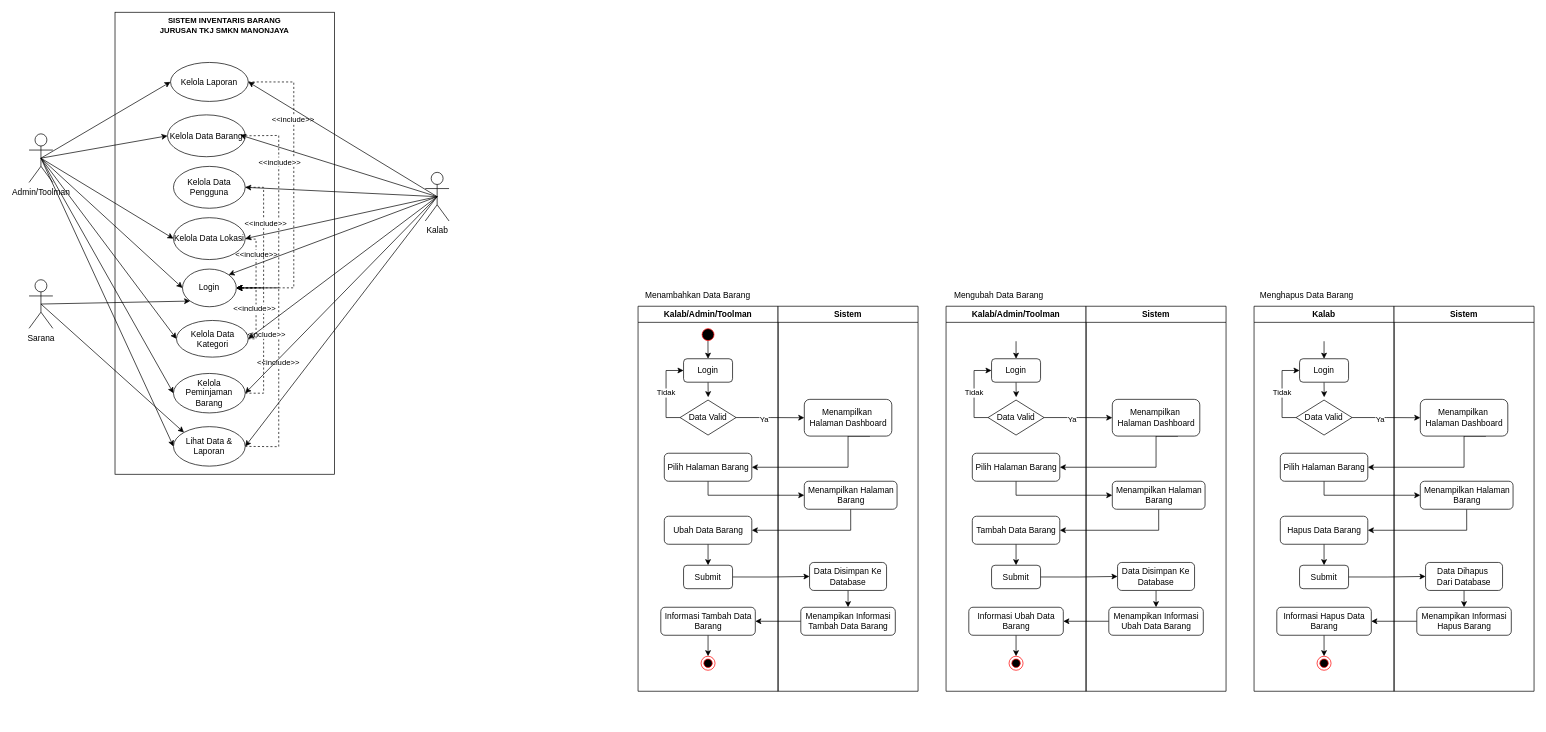
The draw.io diagram Untitled Diagram.drawio in taufikchy/KP, before the edit. Source tidied: cells renumbered, new cells numbered last; positions are measured from the earlier drawing's top-left corner, leaving out a move shared by most shapes. Both pictures are drawn from the tidied source at 70%, with x=0, y=0 at pixel (29, 12).
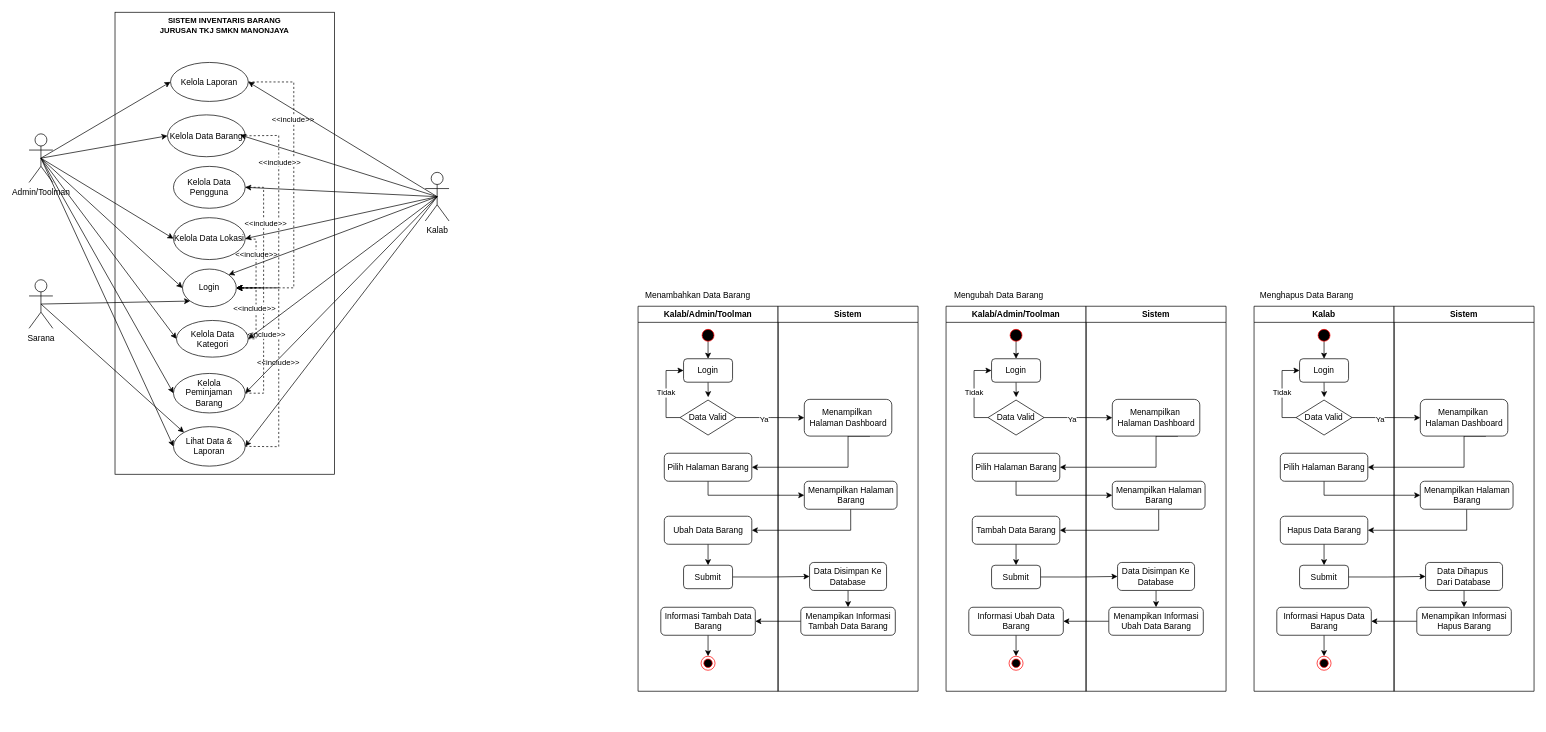
The same page after the edit.

The change refers to these unchanged cells:
```xml
<mxCell id="49" style="group;" parent="48" vertex="1">
  <mxGeometry width="400" height="550" as="geometry" />
</mxCell>
<mxCell id="51" value="Kalab/Admin/Toolman" style="swimlane;whiteSpace=wrap;html=1;startSize=23;" parent="49" vertex="1">
  <mxGeometry width="200" height="550" as="geometry" />
</mxCell>
<mxCell id="63" value="&lt;font face=&quot;Helvetica&quot;&gt;Login&lt;/font&gt;" style="rounded=1;whiteSpace=wrap;html=1;fillStyle=auto;fontFamily=Helvetica;" parent="49" vertex="1">
  <mxGeometry x="65" y="75" width="70" height="33.5" as="geometry" />
</mxCell>
<mxCell id="78" style="group;strokeWidth=3;" parent="1" vertex="1">
  <mxGeometry x="1310" y="420" width="400" height="550" as="geometry" />
</mxCell>
<mxCell id="79" value="Kalab/Admin/Toolman" style="swimlane;whiteSpace=wrap;html=1;startSize=23;" parent="78" vertex="1">
  <mxGeometry width="200" height="550" as="geometry" />
</mxCell>
<mxCell id="90" value="&lt;font face=&quot;Helvetica&quot;&gt;Login&lt;/font&gt;" style="rounded=1;whiteSpace=wrap;html=1;fillStyle=auto;fontFamily=Helvetica;" parent="78" vertex="1">
  <mxGeometry x="65" y="75" width="70" height="33.5" as="geometry" />
</mxCell>
<mxCell id="109" style="group;" parent="108" vertex="1">
  <mxGeometry width="400" height="550" as="geometry" />
</mxCell>
<mxCell id="110" value="Kalab" style="swimlane;whiteSpace=wrap;html=1;startSize=23;" parent="109" vertex="1">
  <mxGeometry width="200" height="550" as="geometry" />
</mxCell>
<mxCell id="121" value="&lt;font face=&quot;Helvetica&quot;&gt;Login&lt;/font&gt;" style="rounded=1;whiteSpace=wrap;html=1;fillStyle=auto;fontFamily=Helvetica;" parent="109" vertex="1">
  <mxGeometry x="65" y="75" width="70" height="33.5" as="geometry" />
</mxCell>
```

Change to the diagram source:
```diff
@@
-    <mxCell id="50" style="edgeStyle=orthogonalEdgeStyle;rounded=0;jettySize=auto;html=1;entryX=0.5;entryY=0;entryDx=0;entryDy=0;exitX=0.495;exitY=0.842;exitDx=0;exitDy=0;exitPerimeter=0;" parent="49" edge="1" source="53" target="63">
-      <mxGeometry relative="1" as="geometry" />
-    </mxCell>
+    <mxCell id="138" style="edgeStyle=orthogonalEdgeStyle;rounded=0;jettySize=auto;html=1;exitX=0.59;exitY=-0.066;exitDx=0;exitDy=0;entryX=0.5;entryY=0;entryDx=0;entryDy=0;exitPerimeter=0;" parent="49" edge="1" target="63">
+      <mxGeometry relative="1" as="geometry">
+        <mxPoint x="100" y="50" as="sourcePoint" />
+      </mxGeometry>
+    </mxCell>
@@
     <mxCell id="53" style="ellipse;html=1;shape=startState;fillColor=#000000;strokeColor=#ff0000;" parent="51" vertex="1">
-      <mxGeometry x="87.5" y="28" width="25" height="25" as="geometry" />
+      <mxGeometry x="87.5" y="29" width="25" height="25" as="geometry" />
     </mxCell>
@@
+    <mxCell id="91" style="edgeStyle=orthogonalEdgeStyle;rounded=0;jettySize=auto;html=1;exitX=0.59;exitY=-0.066;exitDx=0;exitDy=0;entryX=0.5;entryY=0;entryDx=0;entryDy=0;exitPerimeter=0;" parent="78" edge="1" target="90">
+      <mxGeometry relative="1" as="geometry">
+        <mxPoint x="100" y="50" as="sourcePoint" />
+      </mxGeometry>
+    </mxCell>
@@
+    <mxCell id="139" style="ellipse;html=1;shape=startState;fillColor=#000000;strokeColor=#ff0000;" parent="79" vertex="1">
+      <mxGeometry x="87.5" y="29" width="25" height="25" as="geometry" />
+    </mxCell>
@@
-    <mxCell id="91" style="edgeStyle=orthogonalEdgeStyle;rounded=0;jettySize=auto;html=1;exitX=0.59;exitY=-0.066;exitDx=0;exitDy=0;entryX=0.5;entryY=0;entryDx=0;entryDy=0;exitPerimeter=0;" parent="78" edge="1" target="90">
-      <mxGeometry relative="1" as="geometry">
-        <mxPoint x="100" y="50" as="sourcePoint" />
-      </mxGeometry>
-    </mxCell>
@@
+    <mxCell id="136" style="edgeStyle=orthogonalEdgeStyle;rounded=0;jettySize=auto;html=1;exitDx=0;exitDy=0;entryX=0.5;entryY=0;entryDx=0;entryDy=0;" parent="109" edge="1" target="121">
+      <mxGeometry relative="1" as="geometry">
+        <mxPoint x="100" y="50" as="sourcePoint" />
+      </mxGeometry>
+    </mxCell>
@@
+    <mxCell id="140" style="ellipse;html=1;shape=startState;fillColor=#000000;strokeColor=#ff0000;" parent="110" vertex="1">
+      <mxGeometry x="87.5" y="29" width="25" height="25" as="geometry" />
+    </mxCell>
@@
-    <mxCell id="136" style="edgeStyle=orthogonalEdgeStyle;rounded=0;jettySize=auto;html=1;exitDx=0;exitDy=0;entryX=0.5;entryY=0;entryDx=0;entryDy=0;" parent="109" edge="1" target="121">
-      <mxGeometry relative="1" as="geometry">
-        <mxPoint x="100" y="50" as="sourcePoint" />
-      </mxGeometry>
-    </mxCell>
```
